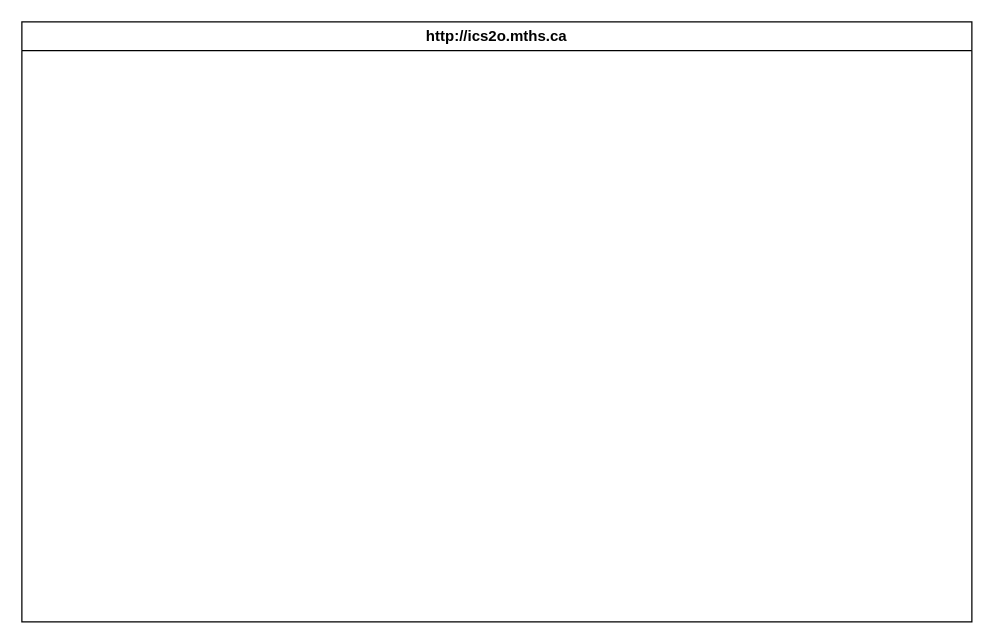
Above: design/storyboard.drawio in MTHS-ICD2O-1-2023/ICD2O-Unit-6-02-George-Khalil-29 (draw.io), before the change. Source tidied: cells renumbered, new cells numbered last; positions are measured from the earlier drawing's top-left corner, leaving out a move shared by most shapes. Both pictures are drawn from the tidied source at 125%, with x=0, y=0 at pixel (21, 21). Pictures stored in the file or linked from it are replaced by grey dashed boxes.
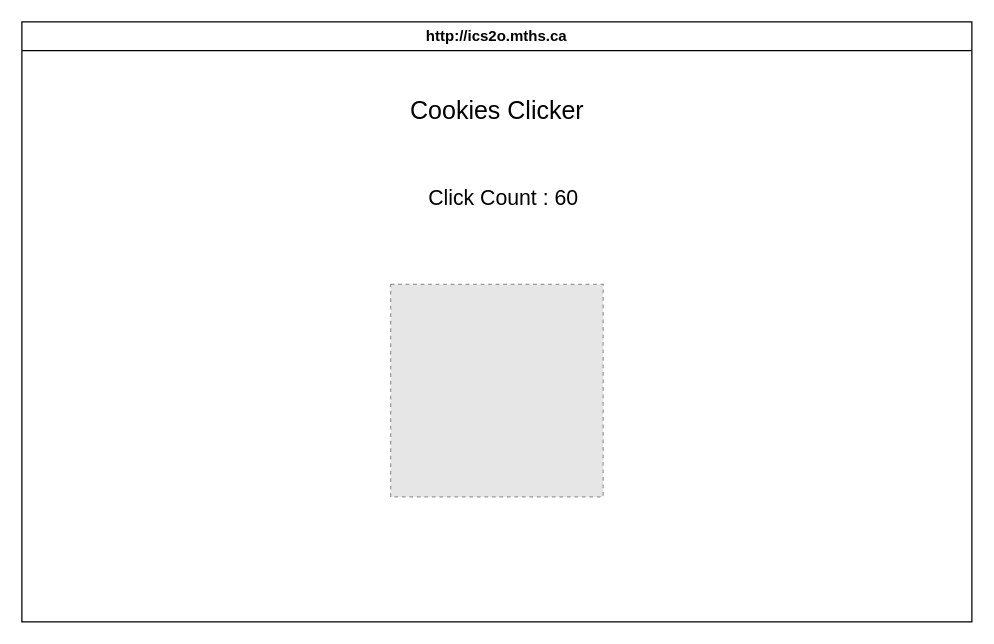
The same page after the edit.

What changed in the source:
```diff
@@
 <mxGraphModel>
   <root>
     <mxCell id="0" />
     <mxCell id="1" parent="0" />
     <mxCell id="2" value="http://ics2o.mths.ca" style="swimlane;whiteSpace=wrap;html=1;" parent="1" vertex="1">
       <mxGeometry width="760" height="480" as="geometry" />
     </mxCell>
+    <mxCell id="3" value="&lt;font style=&quot;font-size: 20px;&quot;&gt;Cookies Clicker&lt;/font&gt;" style="text;html=1;align=center;verticalAlign=middle;strokeColor=none;fillColor=none;" parent="2" vertex="1">
+      <mxGeometry x="300" y="50" width="160" height="40" as="geometry" />
+    </mxCell>
+    <mxCell id="4" value="&lt;font style=&quot;font-size: 17px;&quot;&gt;Click Count : 60&lt;/font&gt;" style="text;html=1;align=center;verticalAlign=middle;strokeColor=none;fillColor=none;fontSize=20;" parent="2" vertex="1">
+      <mxGeometry x="315" y="120" width="140" height="40" as="geometry" />
+    </mxCell>
+    <mxCell id="5" style="fillColor=#E6E6E6;strokeColor=#999999;dashed=1;verticalLabelPosition=bottom;verticalAlign=top;fontSize=17;" parent="2" vertex="1">
+      <mxGeometry x="295" y="210" width="170" height="170" as="geometry" />
+    </mxCell>
   </root>
 </mxGraphModel>
```
